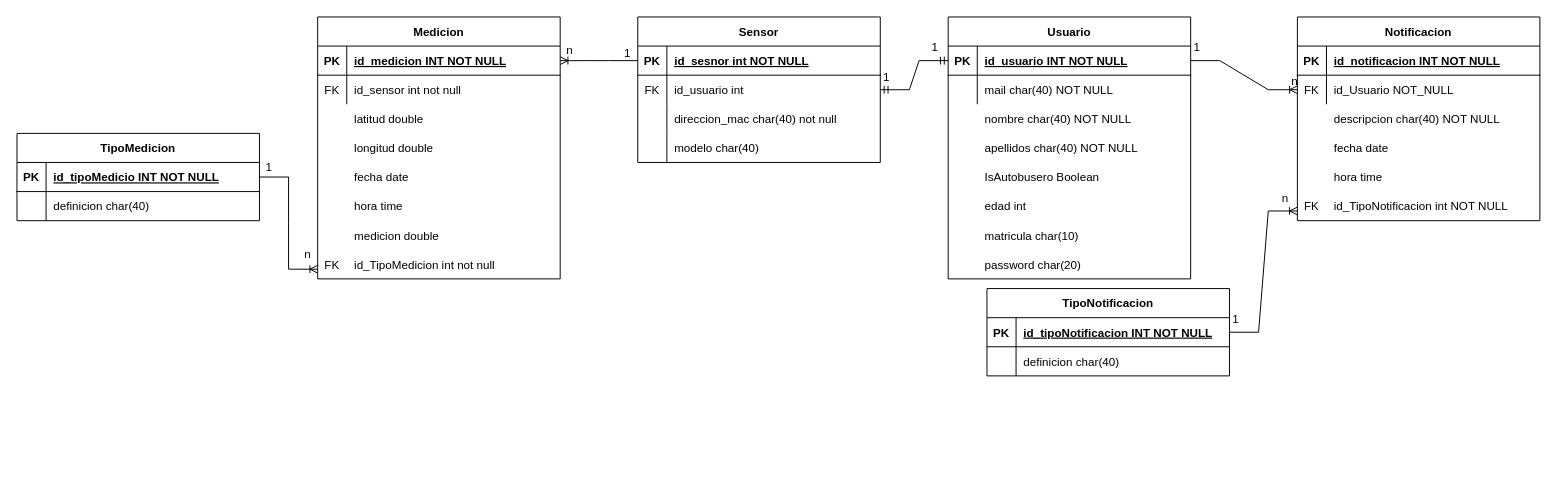
3-GTI-ProyectoMedioAmbiente/BackEndRest keeps this draw.io diagram as doc/Diseño/DiseñoBD.drawio. Above is the earlier version. Source tidied: cells renumbered, new cells numbered last; positions are measured from the earlier drawing's top-left corner, leaving out a move shared by most shapes. Both pictures are drawn from the tidied source at 97%, with x=0, y=0 at pixel (16, 16).
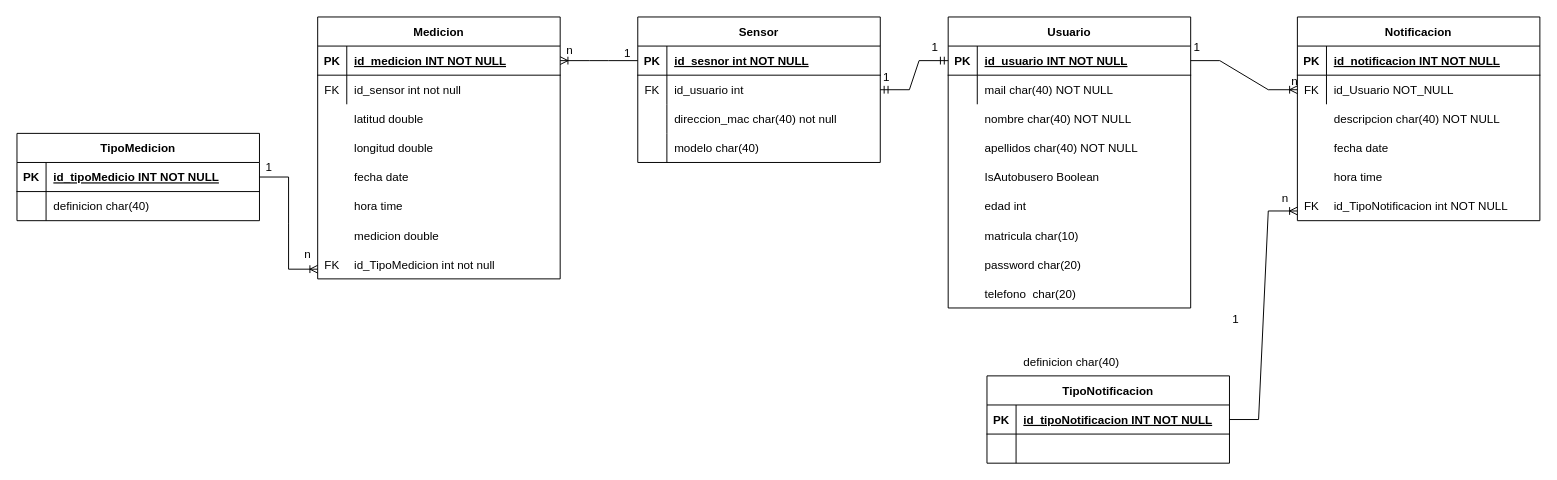
The same diagram, later.

Diff of the diagram source:
```diff
@@
     <mxCell id="22" value="Usuario" style="shape=table;startSize=30;childLayout=tableLayout;rowLines=0;fontStyle=1;align=center;" parent="1" vertex="1">
-      <mxGeometry x="960" width="250" height="270" as="geometry" />
+      <mxGeometry x="960" width="250" height="300" as="geometry" />
     </mxCell>
@@
     <mxCell id="66" value="TipoNotificacion" style="shape=table;startSize=30;childLayout=tableLayout;rowLines=0;fontStyle=1;align=center;" parent="1" vertex="1">
-      <mxGeometry x="1000" y="280" width="250" height="90" as="geometry" />
+      <mxGeometry x="1000" y="370" width="250" height="90" as="geometry" />
     </mxCell>
@@
+    <mxCell id="88" value="telefono  char(20)" style="shape=partialRectangle;overflow=hidden;fillColor=none;top=0;left=0;bottom=0;right=0;align=left;spacingLeft=6;" parent="1" vertex="1">
+      <mxGeometry x="990" y="270" width="220" height="30" as="geometry" />
+    </mxCell>
```
